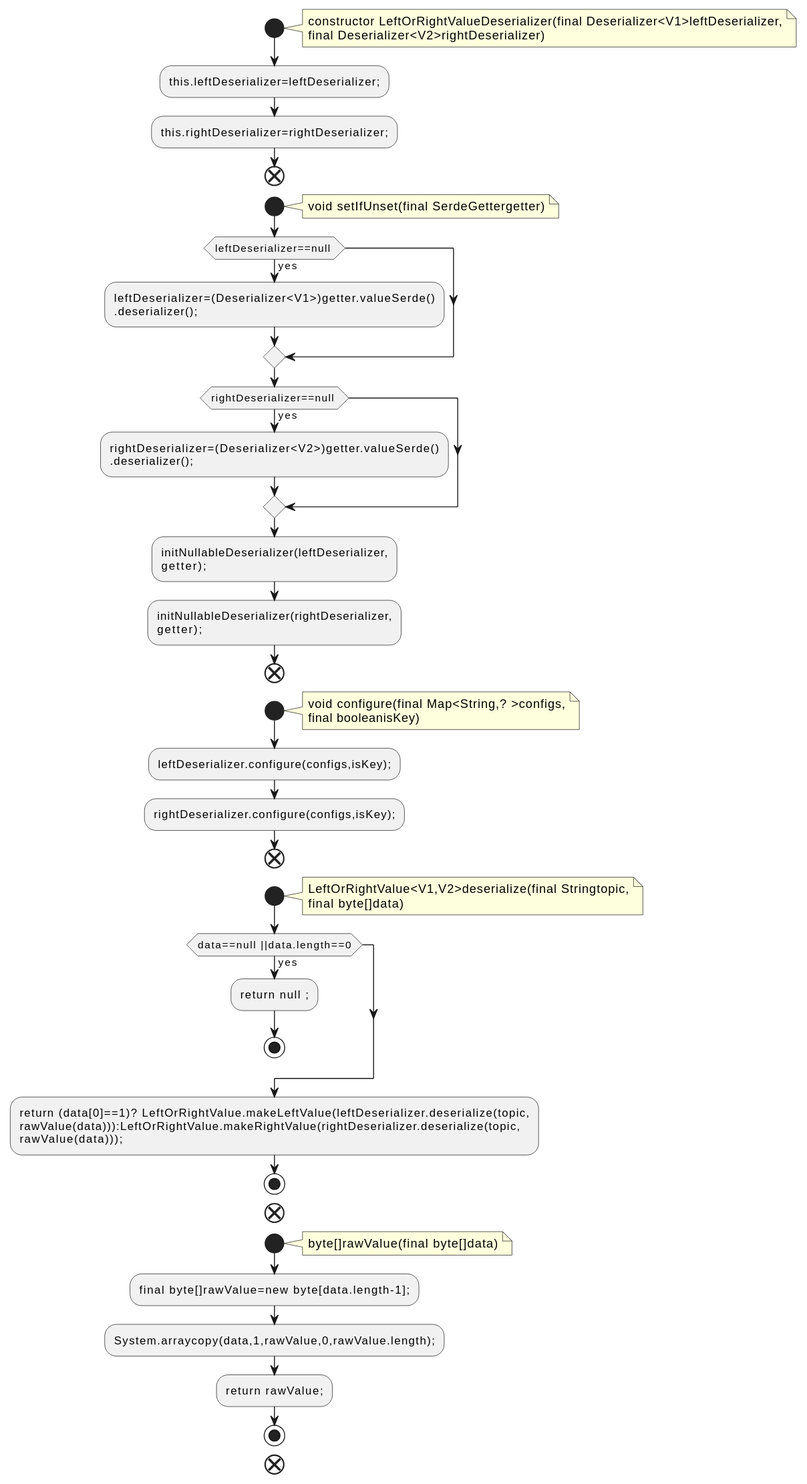
This is docs/qc/streams/src/main/java/org/apache/kafka/streams/state/internals/LeftOrRightValueDeserializer.java.fct.svg from qualitesys/kafka, a PlantUML export, as it was before one commit.
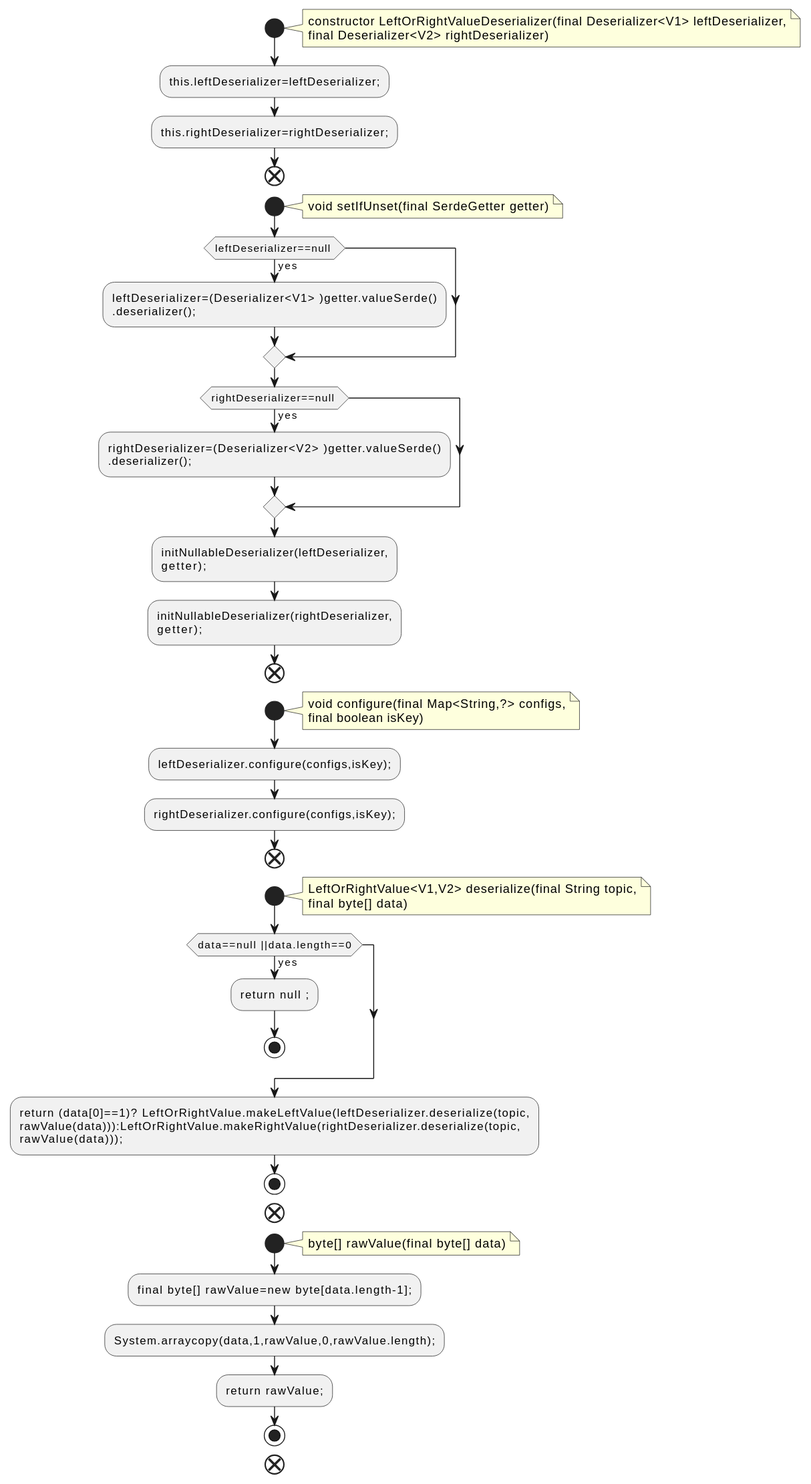
The same file after the commit.

Change to the diagram source:
```diff
@@ -2,22 +2,22 @@
 !pragma layout smetana
 start
 note right
-constructor LeftOrRightValueDeserializer(final Deserializer<V1>leftDeserializer,
-final Deserializer<V2>rightDeserializer)
+constructor LeftOrRightValueDeserializer(final Deserializer<V1> leftDeserializer,
+final Deserializer<V2> rightDeserializer)
 end note
 :this.leftDeserializer=leftDeserializer;;
 :this.rightDeserializer=rightDeserializer;;
 end
 start
 note right
-void setIfUnset(final SerdeGettergetter)
+void setIfUnset(final SerdeGetter getter)
 end note
 if (leftDeserializer==null ) then (yes)
-:leftDeserializer=(Deserializer<V1>)getter.valueSerde()
+:leftDeserializer=(Deserializer<V1> )getter.valueSerde()
 .deserializer();;
 endif
 if (rightDeserializer==null ) then (yes)
-:rightDeserializer=(Deserializer<V2>)getter.valueSerde()
+:rightDeserializer=(Deserializer<V2> )getter.valueSerde()
 .deserializer();;
 endif
 :initNullableDeserializer(leftDeserializer,
@@ -27,16 +27,16 @@
 end
 start
 note right
-void configure(final Map<String,? >configs,
-final booleanisKey)
+void configure(final Map<String,?> configs,
+final boolean isKey)
 end note
 :leftDeserializer.configure(configs,isKey);;
 :rightDeserializer.configure(configs,isKey);;
 end
 start
 note right
-LeftOrRightValue<V1,V2>deserialize(final Stringtopic,
-final byte[]data)
+LeftOrRightValue<V1,V2> deserialize(final String topic,
+final byte[] data)
 end note
 if (data==null ||data.length==0) then (yes)
 :return null ;;
@@ -49,9 +49,9 @@
 end
 start
 note right
-byte[]rawValue(final byte[]data)
+byte[] rawValue(final byte[] data)
 end note
-:final byte[]rawValue=new byte[data.length-1];;
+:final byte[] rawValue=new byte[data.length-1];;
 :System.arraycopy(data,1,rawValue,0,rawValue.length);;
 :return rawValue;;
 stop
```
